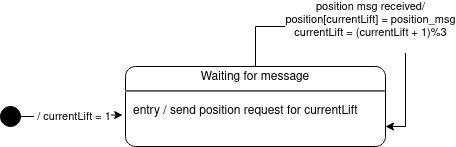
Above: arquitetura/Thread PositionUpdate.png in rardiol/P2020_02_embarcados_final (draw.io), before the change. Source tidied: cells renumbered, new cells last; positions are measured from the earlier drawing's top-left corner, leaving out a move shared by most shapes. Source of this version:
```xml
<mxGraphModel>
  <root>
    <mxCell id="0" />
    <mxCell id="1" parent="0" />
    <mxCell id="2" value="&amp;nbsp;/ currentLift = 1" style="edgeStyle=orthogonalEdgeStyle;rounded=0;jettySize=auto;html=1;entryX=-0.011;entryY=0.607;entryDx=0;entryDy=0;entryPerimeter=0;" parent="1" edge="1" source="3" target="4">
      <mxGeometry relative="1" as="geometry" />
    </mxCell>
    <mxCell id="3" style="shape=ellipse;html=1;fillColor=#000000;verticalLabelPosition=bottom;labelBackgroundColor=#ffffff;verticalAlign=top;" parent="1" vertex="1">
      <mxGeometry y="80" width="20" height="20" as="geometry" />
    </mxCell>
    <mxCell id="4" value="&lt;p style=&quot;margin: 0px ; margin-top: 4px ; text-align: center&quot;&gt;Waiting for message&lt;br&gt;&lt;/p&gt;&lt;hr&gt;&lt;p&gt;&lt;/p&gt;&lt;p style=&quot;margin: 0px ; margin-left: 8px ; text-align: left&quot;&gt;entry / send position request for currentLift&lt;br&gt;&lt;br&gt;&lt;/p&gt;" style="shape=mxgraph.sysml.simpleState;html=1;overflow=fill;whiteSpace=wrap;align=center;" parent="1" vertex="1">
      <mxGeometry x="125" y="40" width="260" height="80" as="geometry" />
    </mxCell>
    <mxCell id="5" value="&lt;div&gt;position msg received/&lt;/div&gt;&lt;div&gt;&lt;div&gt;position[currentLift] = position_msg&lt;/div&gt;&lt;/div&gt;&lt;div&gt;currentLift = (currentLift + 1)%3&lt;/div&gt;&lt;div&gt;&lt;br&gt;&lt;/div&gt;" style="edgeStyle=orthogonalEdgeStyle;rounded=0;orthogonalLoop=1;jettySize=auto;html=1;entryX=1;entryY=0.75;entryDx=0;entryDy=0;entryPerimeter=0;" parent="1" edge="1" source="4" target="4">
      <mxGeometry relative="1" as="geometry">
        <Array as="points">
          <mxPoint x="255" />
          <mxPoint x="405" />
          <mxPoint x="405" y="100" />
        </Array>
      </mxGeometry>
    </mxCell>
  </root>
</mxGraphModel>
```
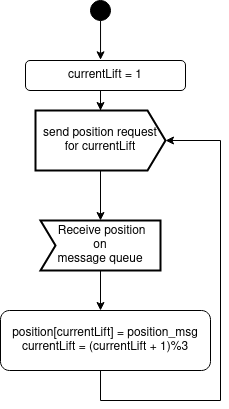
The same diagram one commit later.

Diff of the diagram source:
```diff
@@ -2,23 +2,46 @@
   <root>
     <mxCell id="0" />
     <mxCell id="1" parent="0" />
-    <mxCell id="2" value="&amp;nbsp;/ currentLift = 1" style="edgeStyle=orthogonalEdgeStyle;rounded=0;jettySize=auto;html=1;entryX=-0.011;entryY=0.607;entryDx=0;entryDy=0;entryPerimeter=0;" parent="1" edge="1" source="3" target="4">
-      <mxGeometry relative="1" as="geometry" />
-    </mxCell>
-    <mxCell id="3" style="shape=ellipse;html=1;fillColor=#000000;verticalLabelPosition=bottom;labelBackgroundColor=#ffffff;verticalAlign=top;" parent="1" vertex="1">
-      <mxGeometry y="80" width="20" height="20" as="geometry" />
-    </mxCell>
-    <mxCell id="4" value="&lt;p style=&quot;margin: 0px ; margin-top: 4px ; text-align: center&quot;&gt;Waiting for message&lt;br&gt;&lt;/p&gt;&lt;hr&gt;&lt;p&gt;&lt;/p&gt;&lt;p style=&quot;margin: 0px ; margin-left: 8px ; text-align: left&quot;&gt;entry / send position request for currentLift&lt;br&gt;&lt;br&gt;&lt;/p&gt;" style="shape=mxgraph.sysml.simpleState;html=1;overflow=fill;whiteSpace=wrap;align=center;" parent="1" vertex="1">
-      <mxGeometry x="125" y="40" width="260" height="80" as="geometry" />
-    </mxCell>
-    <mxCell id="5" value="&lt;div&gt;position msg received/&lt;/div&gt;&lt;div&gt;&lt;div&gt;position[currentLift] = position_msg&lt;/div&gt;&lt;/div&gt;&lt;div&gt;currentLift = (currentLift + 1)%3&lt;/div&gt;&lt;div&gt;&lt;br&gt;&lt;/div&gt;" style="edgeStyle=orthogonalEdgeStyle;rounded=0;orthogonalLoop=1;jettySize=auto;html=1;entryX=1;entryY=0.75;entryDx=0;entryDy=0;entryPerimeter=0;" parent="1" edge="1" source="4" target="4">
-      <mxGeometry relative="1" as="geometry">
-        <Array as="points">
-          <mxPoint x="255" />
-          <mxPoint x="405" />
-          <mxPoint x="405" y="100" />
-        </Array>
-      </mxGeometry>
-    </mxCell>
+    <mxCell id="6" style="edgeStyle=orthogonalEdgeStyle;rounded=0;jettySize=auto;html=1;entryX=0.469;entryY=-0.023;entryDx=0;entryDy=0;entryPerimeter=0;" parent="1" edge="1" source="7" target="13">
+      <mxGeometry relative="1" as="geometry" />
+    </mxCell>
+    <mxCell id="7" style="shape=ellipse;html=1;fillColor=#000000;verticalLabelPosition=bottom;labelBackgroundColor=#ffffff;verticalAlign=top;" parent="1" vertex="1">
+      <mxGeometry x="-5" y="-140" width="20" height="20" as="geometry" />
+    </mxCell>
+    <mxCell id="8" style="edgeStyle=orthogonalEdgeStyle;rounded=0;jettySize=auto;html=1;" parent="1" edge="1" source="9" target="11">
+      <mxGeometry relative="1" as="geometry" />
+    </mxCell>
+    <mxCell id="9" value="send position request for currentLift" style="html=1;shape=mxgraph.sysml.sendSigAct;strokeWidth=2;whiteSpace=wrap;align=center;" parent="1" vertex="1">
+      <mxGeometry x="-60" y="-30" width="130" height="60" as="geometry" />
+    </mxCell>
+    <mxCell id="10" style="edgeStyle=orthogonalEdgeStyle;rounded=0;jettySize=auto;html=1;" parent="1" edge="1" source="11">
+      <mxGeometry relative="1" as="geometry">
+        <mxPoint x="5" y="170" as="targetPoint" />
+      </mxGeometry>
+    </mxCell>
+    <mxCell id="11" value="&lt;div&gt;&amp;nbsp;Receive position &lt;br&gt;&lt;/div&gt;&lt;div&gt;on &lt;br&gt;&lt;/div&gt;&lt;div&gt;message queue&lt;/div&gt;" style="html=1;shape=mxgraph.sysml.accEvent;strokeWidth=2;whiteSpace=wrap;align=center;" parent="1" vertex="1">
+      <mxGeometry x="-55" y="80" width="120" height="50" as="geometry" />
+    </mxCell>
+    <mxCell id="12" style="edgeStyle=orthogonalEdgeStyle;rounded=0;jettySize=auto;html=1;" parent="1" edge="1" target="9">
+      <mxGeometry relative="1" as="geometry">
+        <mxPoint x="5" y="-50" as="sourcePoint" />
+      </mxGeometry>
+    </mxCell>
+    <mxCell id="13" value="currentLift = 1" style="shape=rect;html=1;rounded=1;whiteSpace=wrap;align=center;" parent="1" vertex="1">
+      <mxGeometry x="-70" y="-80" width="160" height="30" as="geometry" />
+    </mxCell>
+    <mxCell id="14" style="edgeStyle=orthogonalEdgeStyle;rounded=0;jettySize=auto;html=1;entryX=1;entryY=0.5;entryDx=0;entryDy=0;entryPerimeter=0;" parent="1" edge="1" target="9">
+      <mxGeometry relative="1" as="geometry">
+        <mxPoint x="5" y="230" as="sourcePoint" />
+        <Array as="points">
+          <mxPoint x="5" y="260" />
+          <mxPoint x="125" y="260" />
+          <mxPoint x="125" />
+        </Array>
+      </mxGeometry>
+    </mxCell>
+    <mxCell id="15" value="&lt;div&gt;&lt;div&gt;position[currentLift] = position_msg&lt;/div&gt;&lt;/div&gt;&lt;div&gt;currentLift = (currentLift + 1)%3&lt;/div&gt;" style="shape=rect;html=1;rounded=1;whiteSpace=wrap;align=center;" parent="1" vertex="1">
+      <mxGeometry x="-95" y="170" width="210" height="60" as="geometry" />
+    </mxCell>
   </root>
 </mxGraphModel>
```
